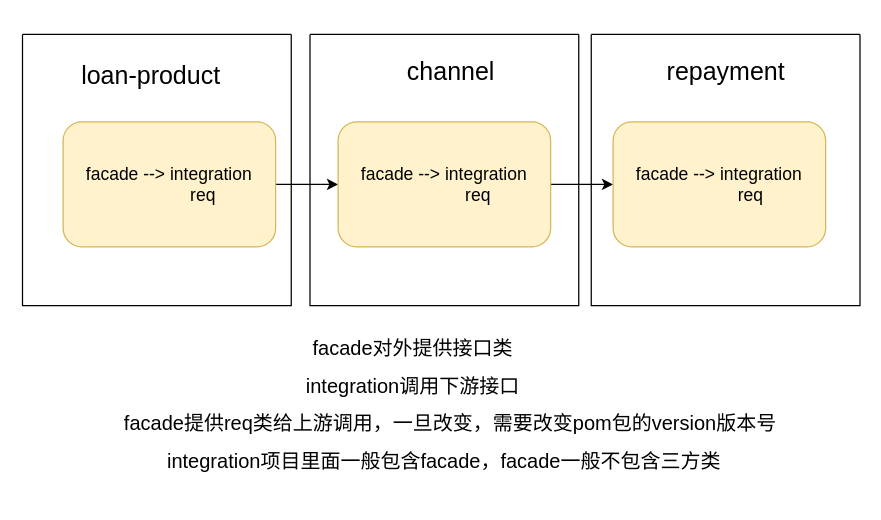
wenbochang888/draw keeps this draw.io diagram as 包结构.drawio. Above is the earlier version. Source tidied: cells renumbered, new cells numbered last; positions are measured from the earlier drawing's top-left corner, leaving out a move shared by most shapes. Both pictures are drawn from the tidied source at 125%, with x=0, y=0 at pixel (22, 21).
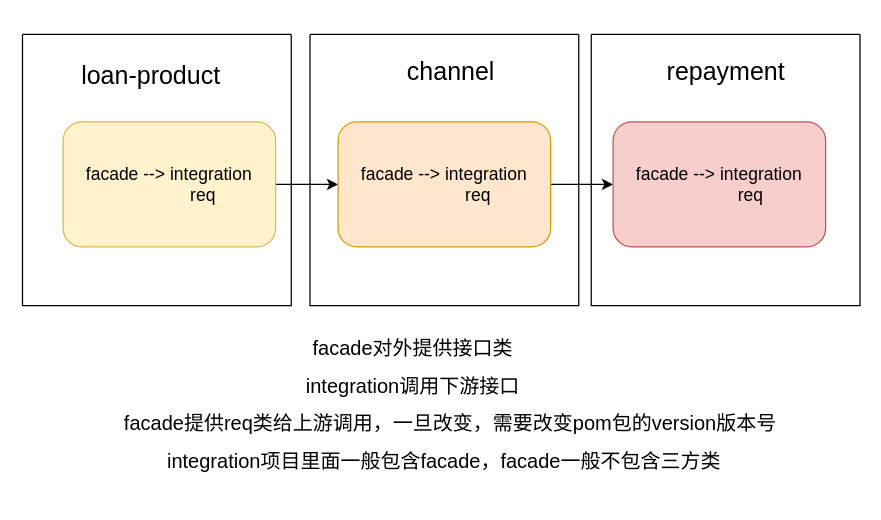
The same page after the edit.

Commit message (it also covers changes not shown here):
更新包结构.drawio

The edit, as a diff of the source:
```diff
@@
 <mxGraphModel>
   <root>
     <mxCell id="0" />
     <mxCell id="1" parent="0" />
     <mxCell id="2" style="edgeStyle=orthogonalEdgeStyle;hachureGap=4;jettySize=auto;html=1;exitX=1;exitY=0.5;exitDx=0;exitDy=0;entryX=0;entryY=0.5;entryDx=0;entryDy=0;fontFamily=Architects Daughter;fontSize=16;curved=1;" parent="1" edge="1" source="10" target="4">
       <mxGeometry relative="1" as="geometry" />
     </mxCell>
     <mxCell id="3" style="edgeStyle=orthogonalEdgeStyle;hachureGap=4;jettySize=auto;html=1;exitX=1;exitY=0.5;exitDx=0;exitDy=0;entryX=0;entryY=0.5;entryDx=0;entryDy=0;fontFamily=Architects Daughter;fontSize=16;curved=1;" parent="1" edge="1" source="4" target="5">
       <mxGeometry relative="1" as="geometry" />
     </mxCell>
-    <mxCell id="4" value="&lt;span style=&quot;font-size: 14px;&quot;&gt;facade --&amp;gt; integration&lt;br&gt;&amp;nbsp; &amp;nbsp; &amp;nbsp; &amp;nbsp; &amp;nbsp; &amp;nbsp; &amp;nbsp; req&lt;br&gt;&lt;/span&gt;" style="rounded=1;whiteSpace=wrap;html=1;shadow=0;glass=0;fillColor=#fff2cc;strokeColor=#d6b656;" parent="1" vertex="1">
+    <mxCell id="4" value="&lt;span style=&quot;font-size: 14px;&quot;&gt;facade --&amp;gt; integration&lt;br&gt;&amp;nbsp; &amp;nbsp; &amp;nbsp; &amp;nbsp; &amp;nbsp; &amp;nbsp; &amp;nbsp; req&lt;br&gt;&lt;/span&gt;" style="rounded=1;whiteSpace=wrap;html=1;shadow=0;glass=0;fillColor=#ffe6cc;strokeColor=#d79b00;" parent="1" vertex="1">
       <mxGeometry x="252" y="80" width="170" height="100" as="geometry" />
     </mxCell>
-    <mxCell id="5" value="&lt;span style=&quot;font-size: 14px;&quot;&gt;facade --&amp;gt; integration&lt;br&gt;&amp;nbsp; &amp;nbsp; &amp;nbsp; &amp;nbsp; &amp;nbsp; &amp;nbsp; &amp;nbsp;req&lt;br&gt;&lt;/span&gt;" style="rounded=1;whiteSpace=wrap;html=1;shadow=0;glass=0;fillColor=#fff2cc;strokeColor=#d6b656;" parent="1" vertex="1">
+    <mxCell id="5" value="&lt;span style=&quot;font-size: 14px;&quot;&gt;facade --&amp;gt; integration&lt;br&gt;&amp;nbsp; &amp;nbsp; &amp;nbsp; &amp;nbsp; &amp;nbsp; &amp;nbsp; &amp;nbsp;req&lt;br&gt;&lt;/span&gt;" style="rounded=1;whiteSpace=wrap;html=1;shadow=0;glass=0;fillColor=#f8cecc;strokeColor=#b85450;" parent="1" vertex="1">
       <mxGeometry x="472" y="80" width="170" height="100" as="geometry" />
     </mxCell>
     <mxCell id="6" value="&lt;p&gt;&lt;font face=&quot;Helvetica&quot;&gt;loan-product&lt;/font&gt;&lt;/p&gt;" style="text;html=1;align=center;verticalAlign=middle;strokeColor=none;fillColor=none;fontSize=20;fontFamily=Architects Daughter;" parent="1" vertex="1">
       <mxGeometry x="37" y="3" width="130" height="80" as="geometry" />
     </mxCell>
     <mxCell id="7" value="&lt;p&gt;&lt;font face=&quot;Helvetica&quot;&gt;channel&lt;/font&gt;&lt;/p&gt;" style="text;html=1;align=center;verticalAlign=middle;strokeColor=none;fillColor=none;fontSize=20;fontFamily=Architects Daughter;" parent="1" vertex="1">
       <mxGeometry x="297" width="90" height="80" as="geometry" />
     </mxCell>
     <mxCell id="8" value="&lt;p&gt;&lt;font face=&quot;Helvetica&quot;&gt;repayment&lt;/font&gt;&lt;/p&gt;" style="text;html=1;align=center;verticalAlign=middle;strokeColor=none;fillColor=none;fontSize=20;fontFamily=Architects Daughter;" parent="1" vertex="1">
       <mxGeometry x="502" width="120" height="80" as="geometry" />
     </mxCell>
     <mxCell id="9" style="swimlane;startSize=0;hachureGap=4;fontFamily=Architects Daughter;fontSize=20;swimlaneLine=1;" parent="1" vertex="1">
       <mxGeometry x="-0.5" y="10" width="215" height="217" as="geometry" />
     </mxCell>
     <mxCell id="10" value="&lt;span style=&quot;font-size: 14px;&quot;&gt;facade --&amp;gt; integration&lt;br&gt;&amp;nbsp; &amp;nbsp; &amp;nbsp; &amp;nbsp; &amp;nbsp; &amp;nbsp; &amp;nbsp; req&lt;br&gt;&lt;/span&gt;" style="rounded=1;whiteSpace=wrap;html=1;shadow=0;glass=0;fillColor=#fff2cc;strokeColor=#d6b656;" parent="9" vertex="1">
       <mxGeometry x="32.5" y="70" width="170" height="100" as="geometry" />
     </mxCell>
     <mxCell id="11" style="swimlane;startSize=0;hachureGap=4;fontFamily=Architects Daughter;fontSize=20;swimlaneLine=1;" parent="1" vertex="1">
       <mxGeometry x="229.5" y="10" width="215" height="217" as="geometry" />
     </mxCell>
     <mxCell id="12" style="swimlane;startSize=0;hachureGap=4;fontFamily=Architects Daughter;fontSize=20;swimlaneLine=1;" parent="1" vertex="1">
       <mxGeometry x="454.5" y="10" width="215" height="217" as="geometry" />
     </mxCell>
     <mxCell id="13" value="&lt;p&gt;&lt;font style=&quot;font-size: 16px;&quot; face=&quot;Helvetica&quot;&gt;facade对外提供接口类&lt;/font&gt;&lt;/p&gt;" style="text;html=1;strokeColor=none;fillColor=none;align=center;verticalAlign=middle;whiteSpace=wrap;rounded=0;fontSize=20;fontFamily=Architects Daughter;" parent="1" vertex="1">
       <mxGeometry x="202" y="250" width="220" height="20" as="geometry" />
     </mxCell>
     <mxCell id="14" value="&lt;p&gt;&lt;font style=&quot;font-size: 16px;&quot; face=&quot;Helvetica&quot;&gt;integration调用下游接口&lt;/font&gt;&lt;/p&gt;" style="text;html=1;strokeColor=none;fillColor=none;align=center;verticalAlign=middle;whiteSpace=wrap;rounded=0;fontSize=20;fontFamily=Architects Daughter;" parent="1" vertex="1">
       <mxGeometry x="202" y="280" width="220" height="20" as="geometry" />
     </mxCell>
     <mxCell id="15" value="&lt;p&gt;&lt;font face=&quot;Helvetica&quot;&gt;&lt;span style=&quot;font-size: 16px;&quot;&gt;facade提供req类给上游调用，一旦改变，需要改变pom包的version版本号&lt;/span&gt;&lt;/font&gt;&lt;/p&gt;" style="text;html=1;strokeColor=none;fillColor=none;align=center;verticalAlign=middle;whiteSpace=wrap;rounded=0;fontSize=20;fontFamily=Architects Daughter;" parent="1" vertex="1">
       <mxGeometry x="72" y="310" width="540" height="20" as="geometry" />
     </mxCell>
     <mxCell id="16" value="&lt;p&gt;&lt;font style=&quot;font-size: 16px;&quot; face=&quot;Helvetica&quot;&gt;integration项目里面一般包含facade，facade一般不包含三方类&lt;/font&gt;&lt;/p&gt;" style="text;html=1;strokeColor=none;fillColor=none;align=center;verticalAlign=middle;whiteSpace=wrap;rounded=0;fontSize=20;fontFamily=Architects Daughter;" parent="1" vertex="1">
       <mxGeometry x="112" y="340" width="450" height="20" as="geometry" />
     </mxCell>
   </root>
 </mxGraphModel>
```
